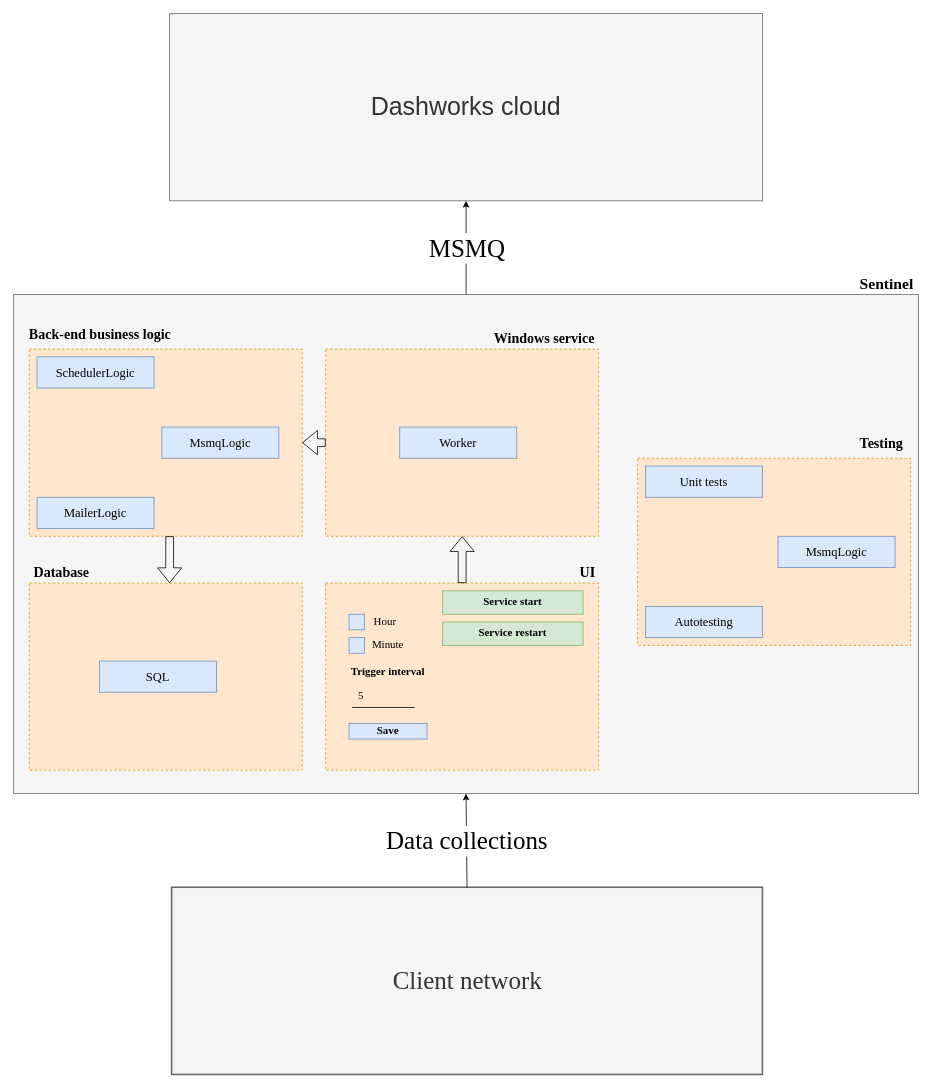
This is src/assets/Untitled Diagram.drawio from ValeryYuntsevich/ag-grid, a draw.io file, before an edit. Source tidied: cells renumbered, new cells numbered last; positions are measured from the earlier drawing's top-left corner, leaving out a move shared by most shapes. Both pictures are drawn from the tidied source at 78%, with x=0, y=0 at pixel (13, 13).
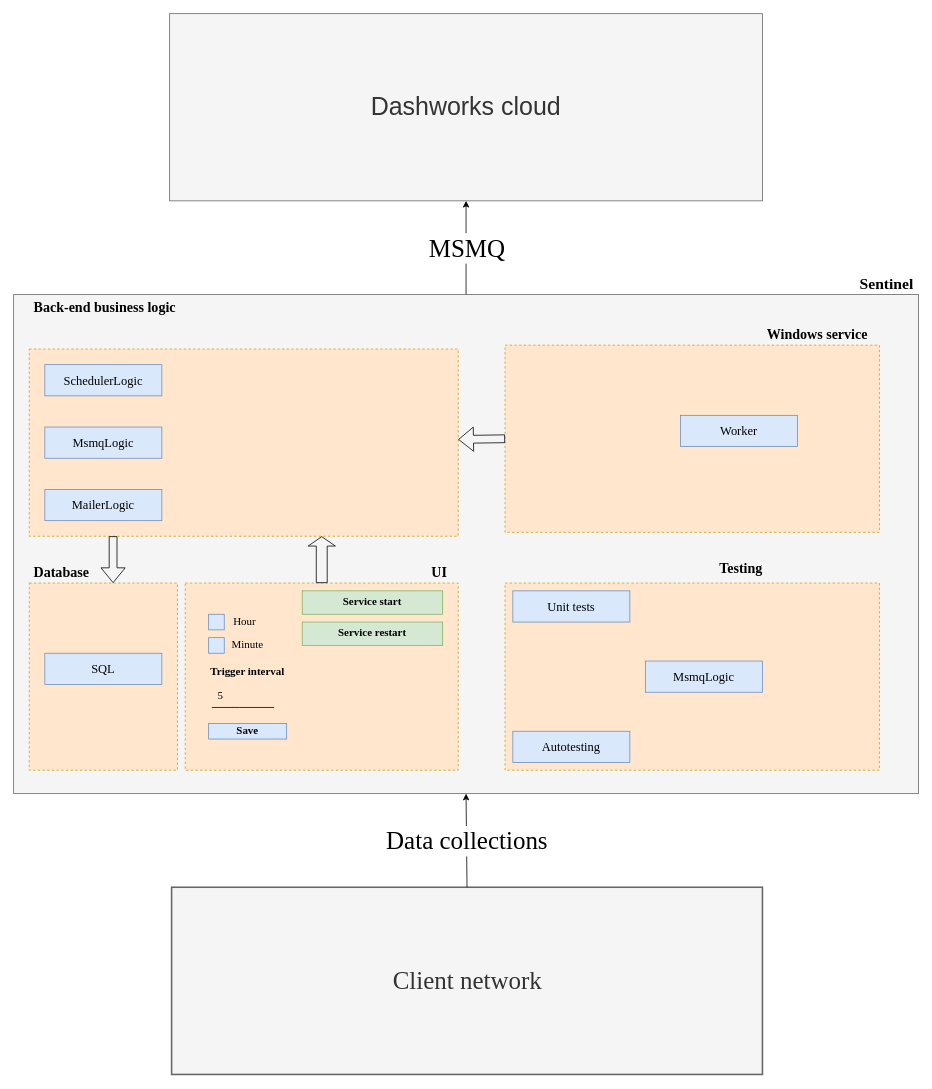
Above is the later version.

What changed in the source:
```diff
@@
     <mxCell id="6" value="UI" style="text;strokeColor=none;fillColor=none;align=left;verticalAlign=middle;spacingLeft=4;spacingRight=4;overflow=hidden;fontFamily=Times New Roman;fontSize=18;fontStyle=1;" parent="1" vertex="1">
-      <mxGeometry x="720" y="700" width="30" height="30" as="geometry" />
+      <mxGeometry x="530" y="700" width="30" height="30" as="geometry" />
     </mxCell>
     <mxCell id="7" value="Back-end business logic " style="text;strokeColor=none;fillColor=none;align=left;verticalAlign=middle;spacingLeft=4;spacingRight=4;overflow=hidden;fontFamily=Times New Roman;fontSize=18;fontStyle=1;" parent="1" vertex="1">
-      <mxGeometry x="14" y="395" width="216" height="30" as="geometry" />
+      <mxGeometry x="20" y="360" width="216" height="30" as="geometry" />
     </mxCell>
     <mxCell id="8" style="rounded=0;whiteSpace=wrap;html=1;fontFamily=Times New Roman;fontSize=18;strokeWidth=1;dashed=1;fillColor=#ffe6cc;strokeColor=#d79b00;" parent="1" vertex="1">
-      <mxGeometry x="20" y="430" width="350" height="240" as="geometry" />
+      <mxGeometry x="20" y="430" width="550" height="240" as="geometry" />
     </mxCell>
@@
-    <mxCell id="15" value="SchedulerLogic" style="rounded=0;whiteSpace=wrap;html=1;fontFamily=Times New Roman;fontSize=16;fillColor=#dae8fc;strokeColor=#6c8ebf;" parent="1" vertex="1">
-      <mxGeometry x="30" y="440" width="150" height="40" as="geometry" />
-    </mxCell>
-    <mxCell id="16" value="MsmqLogic" style="rounded=0;whiteSpace=wrap;html=1;fontFamily=Times New Roman;fontSize=16;fillColor=#dae8fc;strokeColor=#6c8ebf;" parent="1" vertex="1">
-      <mxGeometry x="190" y="530" width="150" height="40" as="geometry" />
-    </mxCell>
     <mxCell id="17" value="MailerLogic" style="rounded=0;whiteSpace=wrap;html=1;fontFamily=Times New Roman;fontSize=16;fillColor=#dae8fc;strokeColor=#6c8ebf;" parent="1" vertex="1">
-      <mxGeometry x="30" y="620" width="150" height="40" as="geometry" />
+      <mxGeometry x="40" y="610" width="150" height="40" as="geometry" />
     </mxCell>
     <mxCell id="18" style="rounded=0;whiteSpace=wrap;html=1;fontFamily=Times New Roman;fontSize=18;strokeWidth=1;dashed=1;fillColor=#ffe6cc;strokeColor=#d79b00;" parent="1" vertex="1">
-      <mxGeometry x="400" y="430" width="350" height="240" as="geometry" />
+      <mxGeometry x="630" y="425" width="480" height="240" as="geometry" />
     </mxCell>
     <mxCell id="19" value="Windows service" style="text;strokeColor=none;fillColor=none;align=left;verticalAlign=middle;spacingLeft=4;spacingRight=4;overflow=hidden;fontFamily=Times New Roman;fontSize=18;fontStyle=1;" parent="1" vertex="1">
-      <mxGeometry x="610" y="400" width="140" height="30" as="geometry" />
+      <mxGeometry x="960" y="395" width="140" height="30" as="geometry" />
     </mxCell>
     <mxCell id="20" value="Worker" style="rounded=0;whiteSpace=wrap;html=1;fontFamily=Times New Roman;fontSize=16;fillColor=#dae8fc;strokeColor=#6c8ebf;" parent="1" vertex="1">
-      <mxGeometry x="495" y="530" width="150" height="40" as="geometry" />
+      <mxGeometry x="855" y="515" width="150" height="40" as="geometry" />
     </mxCell>
     <mxCell id="21" style="rounded=0;whiteSpace=wrap;html=1;fontFamily=Times New Roman;fontSize=18;strokeWidth=1;dashed=1;fillColor=#ffe6cc;strokeColor=#d79b00;" parent="1" vertex="1">
-      <mxGeometry x="20" y="730" width="350" height="240" as="geometry" />
+      <mxGeometry x="20" y="730" width="190" height="240" as="geometry" />
     </mxCell>
@@
     <mxCell id="23" value="SQL" style="rounded=0;whiteSpace=wrap;html=1;fontFamily=Times New Roman;fontSize=16;fillColor=#dae8fc;strokeColor=#6c8ebf;" parent="1" vertex="1">
-      <mxGeometry x="110" y="830" width="150" height="40" as="geometry" />
+      <mxGeometry x="40" y="820" width="150" height="40" as="geometry" />
     </mxCell>
     <mxCell id="24" style="rounded=0;whiteSpace=wrap;html=1;fontFamily=Times New Roman;fontSize=18;strokeWidth=1;dashed=1;fillColor=#ffe6cc;strokeColor=#d79b00;" parent="1" vertex="1">
-      <mxGeometry x="800" y="570" width="350" height="240" as="geometry" />
+      <mxGeometry x="630" y="730" width="480" height="240" as="geometry" />
     </mxCell>
@@
     <mxCell id="26" style="shape=flexArrow;endArrow=classic;html=1;rounded=0;" parent="1" edge="1">
       <mxGeometry relative="1" as="geometry">
-        <mxPoint x="200" y="670" as="sourcePoint" />
-        <mxPoint x="200" y="730" as="targetPoint" />
+        <mxPoint x="127.5" y="670" as="sourcePoint" />
+        <mxPoint x="127.5" y="730" as="targetPoint" />
       </mxGeometry>
     </mxCell>
     <mxCell id="27" value="Testing" style="text;strokeColor=none;fillColor=none;align=left;verticalAlign=middle;spacingLeft=4;spacingRight=4;overflow=hidden;fontFamily=Times New Roman;fontSize=18;fontStyle=1;" parent="1" vertex="1">
-      <mxGeometry x="1079" y="535" width="70" height="30" as="geometry" />
+      <mxGeometry x="899" y="695" width="70" height="30" as="geometry" />
     </mxCell>
     <mxCell id="28" value="Unit tests" style="rounded=0;whiteSpace=wrap;html=1;fontFamily=Times New Roman;fontSize=16;fillColor=#dae8fc;strokeColor=#6c8ebf;" parent="1" vertex="1">
-      <mxGeometry x="810" y="580" width="150" height="40" as="geometry" />
+      <mxGeometry x="640" y="740" width="150" height="40" as="geometry" />
     </mxCell>
     <mxCell id="29" value="MsmqLogic" style="rounded=0;whiteSpace=wrap;html=1;fontFamily=Times New Roman;fontSize=16;fillColor=#dae8fc;strokeColor=#6c8ebf;" parent="1" vertex="1">
-      <mxGeometry x="980" y="670" width="150" height="40" as="geometry" />
+      <mxGeometry x="810" y="830" width="150" height="40" as="geometry" />
     </mxCell>
     <mxCell id="30" value="Autotesting" style="rounded=0;whiteSpace=wrap;html=1;fontFamily=Times New Roman;fontSize=16;fillColor=#dae8fc;strokeColor=#6c8ebf;" parent="1" vertex="1">
-      <mxGeometry x="810" y="760" width="150" height="40" as="geometry" />
+      <mxGeometry x="640" y="920" width="150" height="40" as="geometry" />
     </mxCell>
     <mxCell id="31" style="rounded=0;whiteSpace=wrap;html=1;fontFamily=Times New Roman;fontSize=14;strokeWidth=1;fillColor=#ffe6cc;strokeColor=#d79b00;dashed=1;" parent="1" vertex="1">
-      <mxGeometry x="400" y="730" width="350" height="240" as="geometry" />
+      <mxGeometry x="220" y="730" width="350" height="240" as="geometry" />
     </mxCell>
     <mxCell id="32" value="Trigger interval" style="text;html=1;strokeColor=none;fillColor=none;align=center;verticalAlign=middle;whiteSpace=wrap;rounded=0;fontFamily=Times New Roman;fontSize=14;fontStyle=1;" parent="1" vertex="1">
-      <mxGeometry x="410" y="830" width="140" height="30" as="geometry" />
+      <mxGeometry x="230" y="830" width="140" height="30" as="geometry" />
     </mxCell>
     <mxCell id="33" style="endArrow=none;html=1;rounded=0;fontFamily=Times New Roman;fontSize=14;" parent="1" edge="1">
       <mxGeometry relative="1" as="geometry">
-        <mxPoint x="434" y="889.5" as="sourcePoint" />
-        <mxPoint x="514" y="889.5" as="targetPoint" />
+        <mxPoint x="254" y="889.5" as="sourcePoint" />
+        <mxPoint x="334" y="889.5" as="targetPoint" />
         <Array as="points">
-          <mxPoint x="470" y="889.5" />
+          <mxPoint x="290" y="889.5" />
         </Array>
       </mxGeometry>
     </mxCell>
     <mxCell id="34" value="5" style="text;html=1;strokeColor=none;fillColor=none;align=left;verticalAlign=middle;whiteSpace=wrap;rounded=0;fontFamily=Times New Roman;fontSize=14;" parent="1" vertex="1">
-      <mxGeometry x="440" y="860" width="20" height="30" as="geometry" />
+      <mxGeometry x="260" y="860" width="20" height="30" as="geometry" />
     </mxCell>
     <mxCell id="35" value="Hour" style="text;html=1;strokeColor=none;fillColor=none;align=left;verticalAlign=middle;whiteSpace=wrap;rounded=0;fontFamily=Times New Roman;fontSize=14;" parent="1" vertex="1">
-      <mxGeometry x="460" y="770" width="40" height="20" as="geometry" />
+      <mxGeometry x="280" y="770" width="40" height="20" as="geometry" />
     </mxCell>
     <mxCell id="36" style="whiteSpace=wrap;html=1;fontFamily=Times New Roman;fontSize=14;strokeWidth=1;fillColor=#dae8fc;strokeColor=#6c8ebf;" parent="1" vertex="1">
-      <mxGeometry x="430" y="770" width="20" height="20" as="geometry" />
+      <mxGeometry x="250" y="770" width="20" height="20" as="geometry" />
     </mxCell>
     <mxCell id="37" style="whiteSpace=wrap;html=1;fontFamily=Times New Roman;fontSize=14;strokeWidth=1;fillColor=#dae8fc;strokeColor=#6c8ebf;" parent="1" vertex="1">
-      <mxGeometry x="430" y="800" width="20" height="20" as="geometry" />
+      <mxGeometry x="250" y="800" width="20" height="20" as="geometry" />
     </mxCell>
     <mxCell id="38" value="Minute" style="text;html=1;strokeColor=none;fillColor=none;align=center;verticalAlign=middle;whiteSpace=wrap;rounded=0;fontFamily=Times New Roman;fontSize=14;" parent="1" vertex="1">
-      <mxGeometry x="460" y="800" width="40" height="20" as="geometry" />
+      <mxGeometry x="280" y="800" width="40" height="20" as="geometry" />
     </mxCell>
     <mxCell id="39" value="Save" style="rounded=0;whiteSpace=wrap;html=1;fontFamily=Times New Roman;fontSize=14;strokeWidth=1;fontStyle=1;fillColor=#dae8fc;strokeColor=#6c8ebf;" parent="1" vertex="1">
-      <mxGeometry x="430" y="910" width="100" height="20" as="geometry" />
+      <mxGeometry x="250" y="910" width="100" height="20" as="geometry" />
     </mxCell>
     <mxCell id="40" value="Service start" style="rounded=0;whiteSpace=wrap;html=1;fontFamily=Times New Roman;fontSize=14;strokeWidth=1;fontStyle=1;fillColor=#d5e8d4;strokeColor=#82b366;" parent="1" vertex="1">
-      <mxGeometry x="550" y="740" width="180" height="30" as="geometry" />
+      <mxGeometry x="370" y="740" width="180" height="30" as="geometry" />
     </mxCell>
     <mxCell id="41" value="Service restart" style="rounded=0;whiteSpace=wrap;html=1;fontFamily=Times New Roman;fontSize=14;strokeWidth=1;fontStyle=1;fillColor=#d5e8d4;strokeColor=#82b366;" parent="1" vertex="1">
-      <mxGeometry x="550" y="780" width="180" height="30" as="geometry" />
+      <mxGeometry x="370" y="780" width="180" height="30" as="geometry" />
     </mxCell>
-    <mxCell id="42" style="shape=flexArrow;endArrow=classic;html=1;rounded=0;exitX=0.5;exitY=0;exitDx=0;exitDy=0;entryX=0.5;entryY=1;entryDx=0;entryDy=0;" parent="1" edge="1" source="31" target="18">
-      <mxGeometry relative="1" as="geometry" />
-    </mxCell>
+    <mxCell id="43" style="shape=flexArrow;endArrow=classic;html=1;rounded=0;exitX=0.5;exitY=0;exitDx=0;exitDy=0;width=14;endSize=3.7;" parent="1" edge="1" source="31">
+      <mxGeometry relative="1" as="geometry">
+        <mxPoint x="395" y="670" as="targetPoint" />
+      </mxGeometry>
+    </mxCell>
+    <mxCell id="16" value="MsmqLogic" style="rounded=0;whiteSpace=wrap;html=1;fontFamily=Times New Roman;fontSize=16;fillColor=#dae8fc;strokeColor=#6c8ebf;" parent="1" vertex="1">
+      <mxGeometry x="40" y="530" width="150" height="40" as="geometry" />
+    </mxCell>
+    <mxCell id="15" value="SchedulerLogic" style="rounded=0;whiteSpace=wrap;html=1;fontFamily=Times New Roman;fontSize=16;fillColor=#dae8fc;strokeColor=#6c8ebf;" parent="1" vertex="1">
+      <mxGeometry x="40" y="450" width="150" height="40" as="geometry" />
+    </mxCell>
```
